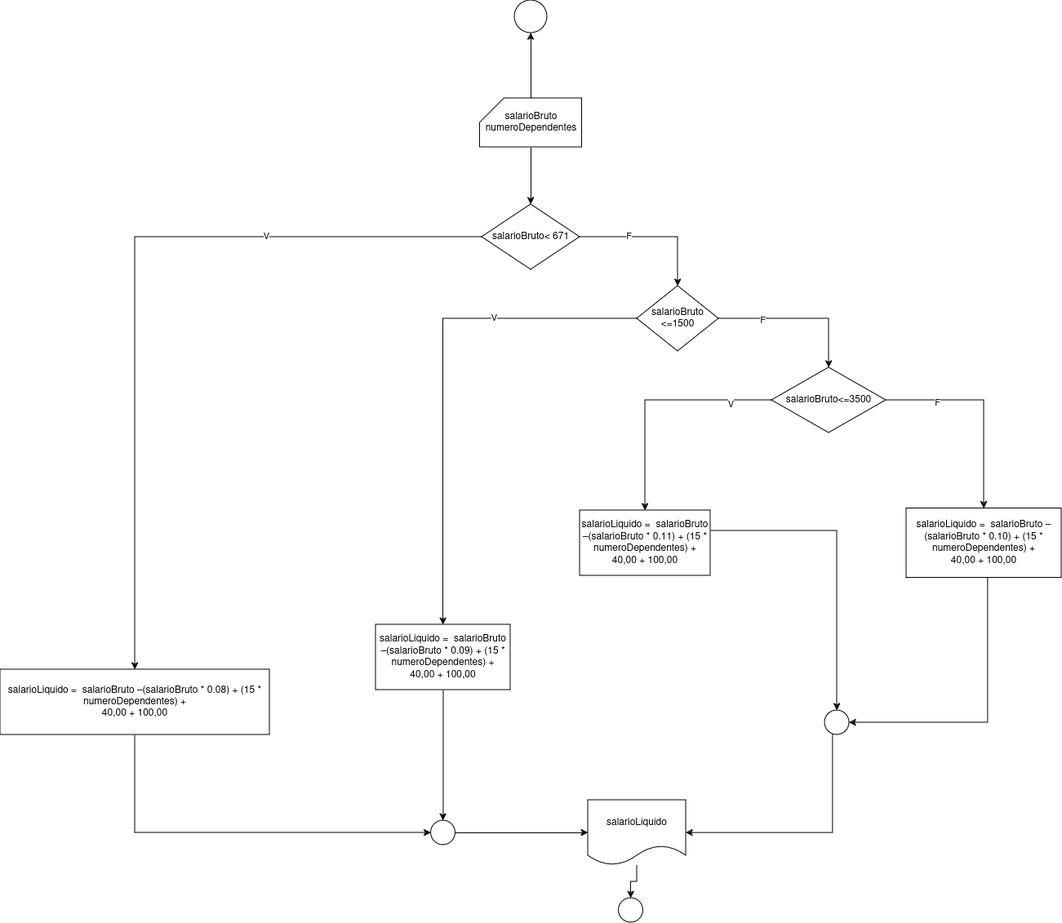
This is lista condicionais/3/3.drawio.png from Csrand/ifspgoldera, a draw.io export, as it was before one commit. Source tidied: cells renumbered, new cells last; positions are measured from the earlier drawing's top-left corner, leaving out a move shared by most shapes.
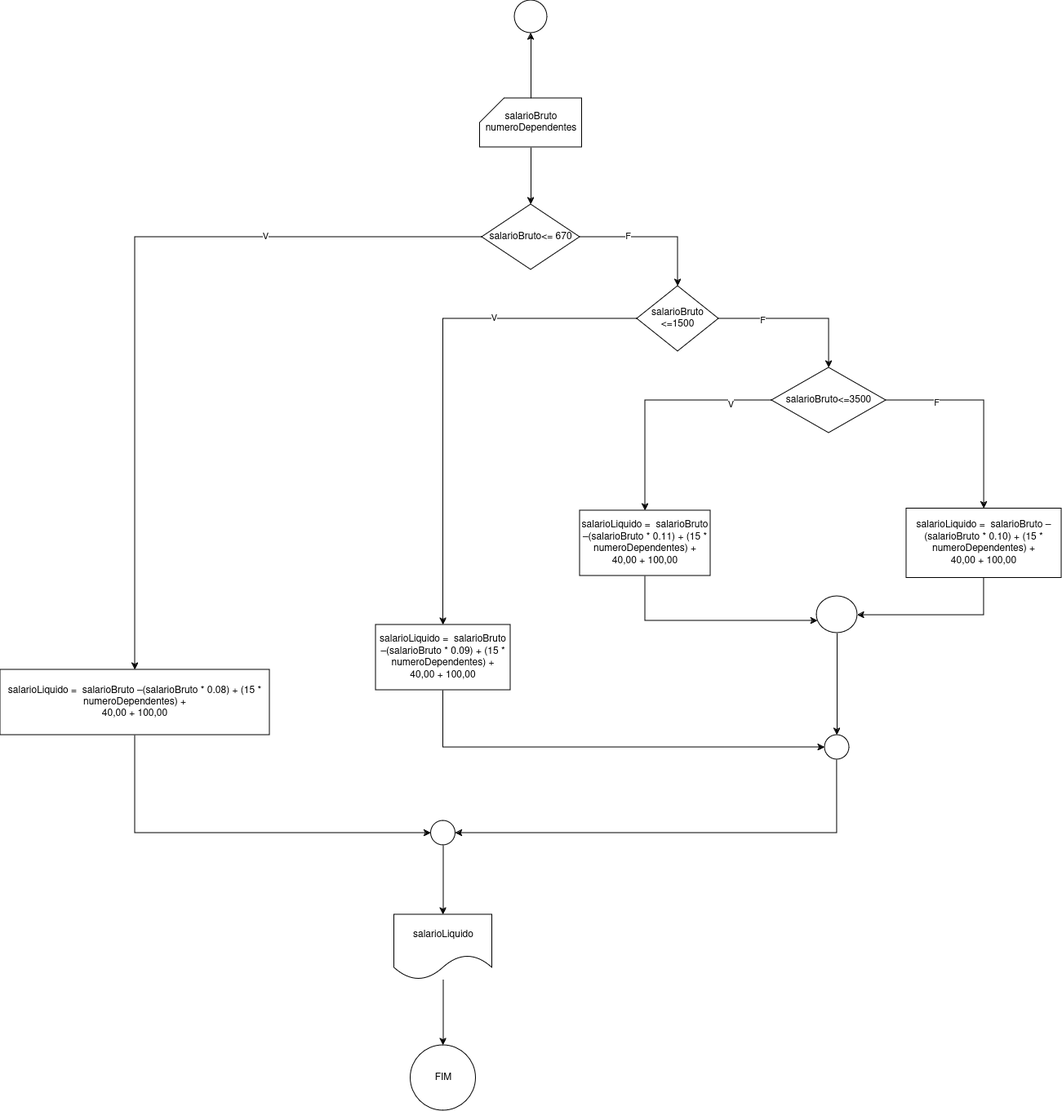
After the change.

What changed in the source:
```diff
@@ -26,7 +26,7 @@
     <mxCell id="9" value="V" style="edgeLabel;html=1;align=center;verticalAlign=middle;" parent="8" vertex="1">
       <mxGeometry x="-0.44" y="-2" relative="1" as="geometry" />
     </mxCell>
-    <mxCell id="10" value="salarioBruto&amp;lt; 671" style="rhombus;whiteSpace=wrap;html=1;" parent="1" vertex="1">
+    <mxCell id="10" value="salarioBruto&amp;lt;= 670" style="rhombus;whiteSpace=wrap;html=1;" parent="1" vertex="1">
       <mxGeometry x="590" y="250" width="120" height="80" as="geometry" />
     </mxCell>
     <mxCell id="11" style="edgeStyle=orthogonalEdgeStyle;rounded=0;jettySize=auto;html=1;" parent="1" edge="1" source="15" target="17">
@@ -44,9 +44,13 @@
     <mxCell id="15" value="salarioBruto &amp;lt;=1500" style="rhombus;whiteSpace=wrap;html=1;" parent="1" vertex="1">
       <mxGeometry x="780" y="350" width="100" height="80" as="geometry" />
     </mxCell>
-    <mxCell id="16" style="edgeStyle=orthogonalEdgeStyle;rounded=0;jettySize=auto;html=1;" parent="1" edge="1" source="17" target="32">
-      <mxGeometry relative="1" as="geometry" />
-    </mxCell>
+    <mxCell id="36" style="edgeStyle=orthogonalEdgeStyle;rounded=0;jettySize=auto;html=1;entryX=0;entryY=0.5;entryDx=0;entryDy=0;" parent="1" edge="1" source="17" target="30">
+      <mxGeometry relative="1" as="geometry">
+        <Array as="points">
+          <mxPoint x="543" y="915" />
+        </Array>
+      </mxGeometry>
+    </mxCell>
     <mxCell id="17" value="salarioLiquido =&amp;nbsp; salarioBruto –(salarioBruto * 0.09) + (15 * numeroDependentes) + &lt;br&gt;40,00 + 100,00" style="whiteSpace=wrap;html=1;" parent="1" vertex="1">
       <mxGeometry x="460" y="765" width="165" height="80" as="geometry" />
     </mxCell>
@@ -65,23 +69,23 @@
     <mxCell id="22" value="salarioBruto&amp;lt;=3500" style="rhombus;whiteSpace=wrap;html=1;" parent="1" vertex="1">
       <mxGeometry x="945" y="450" width="140" height="80" as="geometry" />
     </mxCell>
-    <mxCell id="23" style="edgeStyle=orthogonalEdgeStyle;rounded=0;jettySize=auto;html=1;" parent="1" edge="1" source="24" target="30">
-      <mxGeometry relative="1" as="geometry">
-        <Array as="points">
-          <mxPoint x="1210" y="885" />
-        </Array>
-      </mxGeometry>
-    </mxCell>
+    <mxCell id="37" style="edgeStyle=orthogonalEdgeStyle;rounded=0;jettySize=auto;html=1;" parent="1" edge="1" source="24" target="41">
+      <mxGeometry relative="1" as="geometry">
+        <Array as="points">
+          <mxPoint x="1205" y="753" />
+        </Array>
+      </mxGeometry>
+    </mxCell>
     <mxCell id="24" value="salarioLiquido =&amp;nbsp; salarioBruto –(salarioBruto * 0.10) + (15 * numeroDependentes) + &lt;br&gt;40,00 + 100,00" style="whiteSpace=wrap;html=1;" parent="1" vertex="1">
       <mxGeometry x="1110" y="622.5" width="190" height="85" as="geometry" />
     </mxCell>
-    <mxCell id="25" style="edgeStyle=orthogonalEdgeStyle;rounded=0;jettySize=auto;html=1;" parent="1" edge="1" source="26" target="30">
-      <mxGeometry relative="1" as="geometry">
-        <Array as="points">
-          <mxPoint x="1025" y="650" />
-        </Array>
-      </mxGeometry>
-    </mxCell>
+    <mxCell id="38" style="edgeStyle=orthogonalEdgeStyle;rounded=0;jettySize=auto;html=1;" parent="1" edge="1" source="26" target="41">
+      <mxGeometry relative="1" as="geometry">
+        <Array as="points">
+          <mxPoint x="790" y="760" />
+        </Array>
+      </mxGeometry>
+    </mxCell>
     <mxCell id="26" value="salarioLiquido =&amp;nbsp; salarioBruto –(salarioBruto * 0.11) + (15 * numeroDependentes) + &lt;br&gt;40,00 + 100,00" style="whiteSpace=wrap;html=1;" parent="1" vertex="1">
       <mxGeometry x="710" y="625" width="160" height="80" as="geometry" />
     </mxCell>
@@ -95,30 +99,36 @@
     <mxCell id="28" value="salarioLiquido =&amp;nbsp; salarioBruto –(salarioBruto * 0.08) + (15 * numeroDependentes) + &lt;br&gt;40,00 + 100,00" style="whiteSpace=wrap;html=1;" parent="1" vertex="1">
       <mxGeometry y="820" width="330" height="80" as="geometry" />
     </mxCell>
-    <mxCell id="29" style="edgeStyle=orthogonalEdgeStyle;rounded=0;jettySize=auto;html=1;" parent="1" edge="1" source="30" target="34">
-      <mxGeometry relative="1" as="geometry">
-        <Array as="points">
-          <mxPoint x="1020" y="1020" />
-        </Array>
-      </mxGeometry>
-    </mxCell>
+    <mxCell id="39" style="edgeStyle=orthogonalEdgeStyle;rounded=0;jettySize=auto;html=1;entryX=1;entryY=0.5;entryDx=0;entryDy=0;" parent="1" edge="1" source="30" target="32">
+      <mxGeometry relative="1" as="geometry">
+        <Array as="points">
+          <mxPoint x="1025" y="1020" />
+        </Array>
+      </mxGeometry>
+    </mxCell>
     <mxCell id="30" style="ellipse;whiteSpace=wrap;html=1;" parent="1" vertex="1">
-      <mxGeometry x="1010" y="870" width="30" height="30" as="geometry" />
+      <mxGeometry x="1010" y="900" width="30" height="30" as="geometry" />
     </mxCell>
-    <mxCell id="31" style="edgeStyle=orthogonalEdgeStyle;rounded=0;jettySize=auto;html=1;entryX=0;entryY=0.5;entryDx=0;entryDy=0;" parent="1" edge="1" source="32" target="34">
+    <mxCell id="31" style="edgeStyle=orthogonalEdgeStyle;rounded=0;jettySize=auto;html=1;" parent="1" edge="1" source="32" target="34">
       <mxGeometry relative="1" as="geometry" />
     </mxCell>
     <mxCell id="32" style="ellipse;whiteSpace=wrap;html=1;" parent="1" vertex="1">
       <mxGeometry x="527.5" y="1005" width="30" height="30" as="geometry" />
     </mxCell>
-    <mxCell id="33" style="edgeStyle=orthogonalEdgeStyle;rounded=0;jettySize=auto;html=1;" parent="1" edge="1" source="34" target="35">
-      <mxGeometry relative="1" as="geometry" />
-    </mxCell>
+    <mxCell id="40" style="edgeStyle=orthogonalEdgeStyle;rounded=0;jettySize=auto;html=1;" parent="1" edge="1" source="41" target="30">
+      <mxGeometry relative="1" as="geometry" />
+    </mxCell>
+    <mxCell id="41" style="ellipse;whiteSpace=wrap;html=1;" parent="1" vertex="1">
+      <mxGeometry x="1000" y="730" width="50" height="45" as="geometry" />
+    </mxCell>
+    <mxCell id="42" style="edgeStyle=orthogonalEdgeStyle;rounded=0;jettySize=auto;html=1;" parent="1" edge="1" source="34" target="43">
+      <mxGeometry relative="1" as="geometry" />
+    </mxCell>
-    <mxCell id="34" value="salarioLiquido" style="shape=document;whiteSpace=wrap;html=1;boundedLbl=1;" parent="1" vertex="1">
-      <mxGeometry x="720" y="980" width="120" height="80" as="geometry" />
+    <mxCell id="34" value="salarioLiquido" style="shape=document;whiteSpace=wrap;html=1;boundedLbl=1;size=0.375;" parent="1" vertex="1">
+      <mxGeometry x="482.5" y="1120" width="120" height="80" as="geometry" />
     </mxCell>
-    <mxCell id="35" style="ellipse;whiteSpace=wrap;html=1;" parent="1" vertex="1">
-      <mxGeometry x="757.5" y="1100" width="30" height="30" as="geometry" />
-    </mxCell>
+    <mxCell id="43" value="FIM" style="ellipse;whiteSpace=wrap;html=1;" parent="1" vertex="1">
+      <mxGeometry x="502.5" y="1280" width="80" height="80" as="geometry" />
+    </mxCell>
   </root>
 </mxGraphModel>
```
